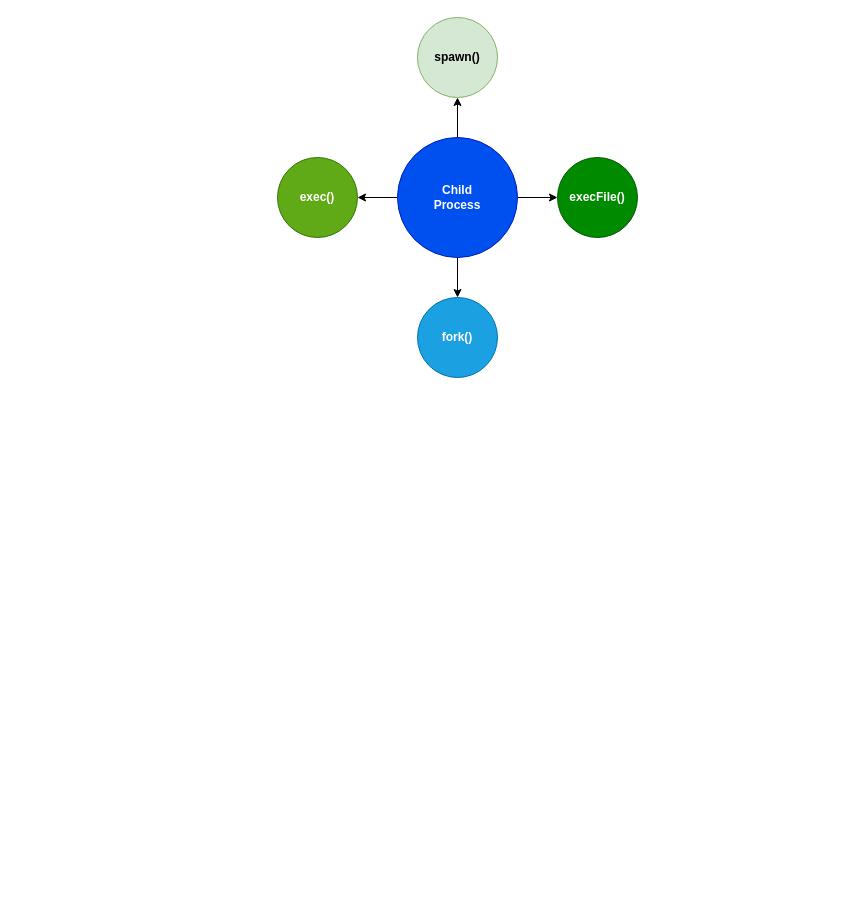
javin9/node-demo keeps this draw.io diagram as page "releation" (1 of 3) of node-demo.drawio. Above is the earlier version. Source tidied: cells renumbered, new cells numbered last; positions are measured from the earlier drawing's top-left corner, leaving out a move shared by most shapes. Both pictures are drawn from the tidied source at 100%, with x=0, y=0 at pixel (277, 17).
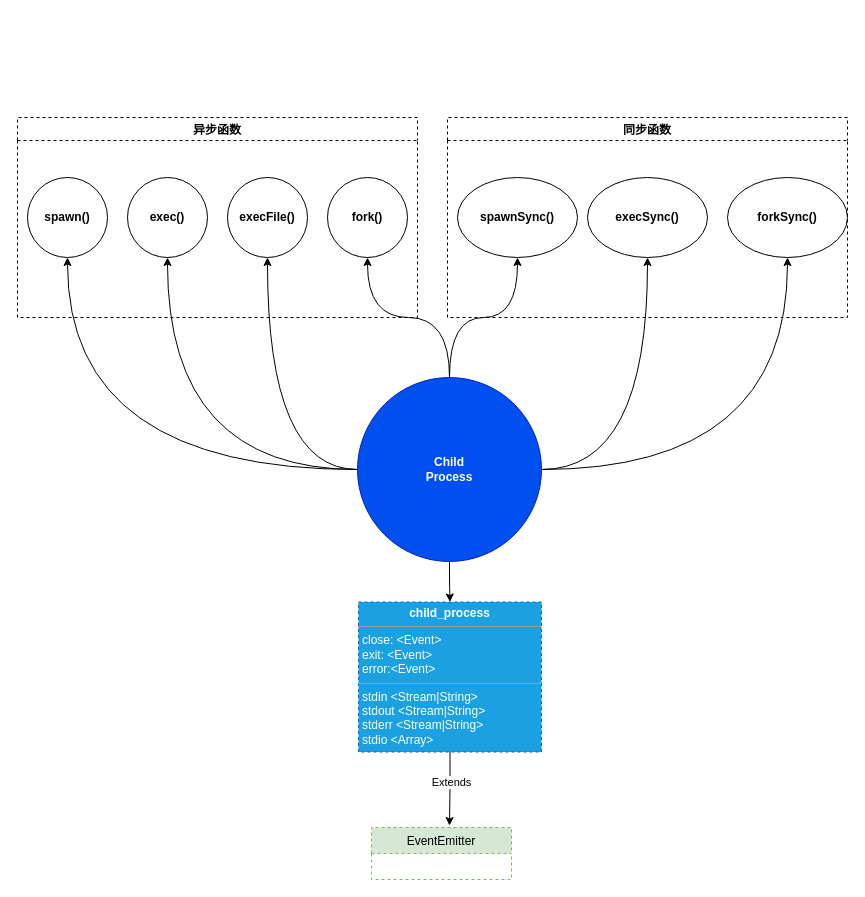
After the change.

What changed in the source:
```diff
@@
+    <mxCell id="11" style="edgeStyle=orthogonalEdgeStyle;rounded=0;jumpStyle=arc;jettySize=auto;html=1;entryX=0.5;entryY=1;entryDx=0;entryDy=0;curved=1;" parent="1" edge="1" source="6" target="15">
+      <mxGeometry relative="1" as="geometry" />
+    </mxCell>
+    <mxCell id="12" style="edgeStyle=orthogonalEdgeStyle;curved=1;rounded=0;jumpStyle=arc;jettySize=auto;html=1;" parent="1" edge="1" source="6" target="16">
+      <mxGeometry relative="1" as="geometry" />
+    </mxCell>
+    <mxCell id="13" style="edgeStyle=orthogonalEdgeStyle;curved=1;rounded=0;jumpStyle=arc;jettySize=auto;html=1;" parent="1" edge="1" source="6" target="17">
+      <mxGeometry relative="1" as="geometry" />
+    </mxCell>
+    <mxCell id="4" style="edgeStyle=orthogonalEdgeStyle;curved=1;rounded=0;jumpStyle=arc;jettySize=auto;html=1;entryX=0.5;entryY=1;entryDx=0;entryDy=0;" parent="1" edge="1" source="6" target="8">
+      <mxGeometry relative="1" as="geometry" />
+    </mxCell>
+    <mxCell id="3" style="edgeStyle=orthogonalEdgeStyle;curved=1;rounded=0;jumpStyle=arc;jettySize=auto;html=1;" parent="1" edge="1" source="6" target="9">
+      <mxGeometry relative="1" as="geometry" />
+    </mxCell>
+    <mxCell id="5" style="edgeStyle=orthogonalEdgeStyle;curved=1;rounded=0;jumpStyle=arc;jettySize=auto;html=1;" parent="1" edge="1" source="6" target="10">
+      <mxGeometry relative="1" as="geometry" />
+    </mxCell>
-    <mxCell id="2" style="edgeStyle=orthogonalEdgeStyle;rounded=0;jettySize=auto;html=1;exitX=0.5;exitY=0;exitDx=0;exitDy=0;entryX=0.5;entryY=1;entryDx=0;entryDy=0;" parent="1" edge="1" source="6" target="7">
+    <mxCell id="2" style="edgeStyle=orthogonalEdgeStyle;curved=1;rounded=0;jumpStyle=arc;jettySize=auto;html=1;" parent="1" edge="1" source="6" target="7">
       <mxGeometry relative="1" as="geometry" />
     </mxCell>
-    <mxCell id="3" style="edgeStyle=orthogonalEdgeStyle;rounded=0;jettySize=auto;html=1;entryX=0;entryY=0.5;entryDx=0;entryDy=0;" parent="1" edge="1" source="6" target="9">
-      <mxGeometry relative="1" as="geometry" />
-    </mxCell>
-    <mxCell id="4" style="edgeStyle=orthogonalEdgeStyle;rounded=0;jettySize=auto;html=1;exitX=0.5;exitY=1;exitDx=0;exitDy=0;entryX=0.5;entryY=0;entryDx=0;entryDy=0;" parent="1" edge="1" source="6" target="8">
-      <mxGeometry relative="1" as="geometry" />
-    </mxCell>
-    <mxCell id="5" style="edgeStyle=orthogonalEdgeStyle;rounded=0;jettySize=auto;html=1;" parent="1" edge="1" source="6" target="10">
-      <mxGeometry relative="1" as="geometry" />
-    </mxCell>
+    <mxCell id="14" style="edgeStyle=orthogonalEdgeStyle;curved=0;rounded=1;sketch=0;jettySize=auto;html=1;entryX=0.5;entryY=0;entryDx=0;entryDy=0;" parent="1" edge="1" source="6" target="22">
+      <mxGeometry relative="1" as="geometry" />
+    </mxCell>
     <mxCell id="6" value="&lt;b&gt;Child&lt;br&gt;Process&lt;/b&gt;" style="ellipse;whiteSpace=wrap;html=1;fillColor=#0050ef;strokeColor=#001DBC;fontColor=#ffffff;" parent="1" vertex="1">
-      <mxGeometry x="120" y="120" width="120" height="120" as="geometry" />
+      <mxGeometry x="80" y="360" width="184" height="184" as="geometry" />
     </mxCell>
-    <mxCell id="7" value="&lt;b&gt;spawn()&lt;/b&gt;" style="ellipse;whiteSpace=wrap;html=1;fillColor=#d5e8d4;strokeColor=#82b366;" parent="1" vertex="1">
-      <mxGeometry x="140" width="80" height="80" as="geometry" />
+    <mxCell id="7" value="&lt;b&gt;&lt;font color=&quot;#000000&quot;&gt;spawn()&lt;/font&gt;&lt;/b&gt;" style="ellipse;whiteSpace=wrap;html=1;" parent="1" vertex="1">
+      <mxGeometry x="-250" y="160" width="80" height="80" as="geometry" />
     </mxCell>
-    <mxCell id="8" value="&lt;b&gt;fork()&lt;/b&gt;" style="ellipse;whiteSpace=wrap;html=1;fillColor=#1ba1e2;strokeColor=#006EAF;fontColor=#ffffff;" parent="1" vertex="1">
-      <mxGeometry x="140" y="280" width="80" height="80" as="geometry" />
+    <mxCell id="8" value="&lt;b&gt;fork()&lt;/b&gt;" style="ellipse;whiteSpace=wrap;html=1;" parent="1" vertex="1">
+      <mxGeometry x="50" y="160" width="80" height="80" as="geometry" />
     </mxCell>
-    <mxCell id="9" value="&lt;b&gt;execFile()&lt;/b&gt;" style="ellipse;whiteSpace=wrap;html=1;fillColor=#008a00;strokeColor=#005700;fontColor=#ffffff;" parent="1" vertex="1">
-      <mxGeometry x="280" y="140" width="80" height="80" as="geometry" />
+    <mxCell id="9" value="&lt;b&gt;execFile()&lt;/b&gt;" style="ellipse;whiteSpace=wrap;html=1;" parent="1" vertex="1">
+      <mxGeometry x="-50" y="160" width="80" height="80" as="geometry" />
     </mxCell>
-    <mxCell id="10" value="&lt;b&gt;exec()&lt;/b&gt;" style="ellipse;whiteSpace=wrap;html=1;fillColor=#60a917;strokeColor=#2D7600;fontColor=#ffffff;" parent="1" vertex="1">
-      <mxGeometry y="140" width="80" height="80" as="geometry" />
+    <mxCell id="10" value="&lt;b&gt;exec()&lt;/b&gt;" style="ellipse;whiteSpace=wrap;html=1;" parent="1" vertex="1">
+      <mxGeometry x="-150" y="160" width="80" height="80" as="geometry" />
     </mxCell>
+    <mxCell id="15" value="&lt;b&gt;spawnSync()&lt;/b&gt;" style="ellipse;whiteSpace=wrap;html=1;" parent="1" vertex="1">
+      <mxGeometry x="180" y="160" width="120" height="80" as="geometry" />
+    </mxCell>
+    <mxCell id="16" value="&lt;b&gt;execSync()&lt;/b&gt;" style="ellipse;whiteSpace=wrap;html=1;" parent="1" vertex="1">
+      <mxGeometry x="310" y="160" width="120" height="80" as="geometry" />
+    </mxCell>
+    <mxCell id="17" value="&lt;b&gt;forkSync()&lt;/b&gt;" style="ellipse;whiteSpace=wrap;html=1;" parent="1" vertex="1">
+      <mxGeometry x="450" y="160" width="120" height="80" as="geometry" />
+    </mxCell>
+    <mxCell id="18" value="异步函数" style="swimlane;dashed=1;" parent="1" vertex="1">
+      <mxGeometry x="-260" y="100" width="400" height="200" as="geometry" />
+    </mxCell>
+    <mxCell id="19" value="同步函数" style="swimlane;dashed=1;" parent="1" vertex="1">
+      <mxGeometry x="170" y="100" width="400" height="200" as="geometry" />
+    </mxCell>
+    <mxCell id="20" style="edgeStyle=orthogonalEdgeStyle;curved=0;rounded=1;sketch=0;jettySize=auto;html=1;entryX=0.557;entryY=-0.038;entryDx=0;entryDy=0;entryPerimeter=0;" parent="1" edge="1" source="22" target="23">
+      <mxGeometry relative="1" as="geometry" />
+    </mxCell>
+    <mxCell id="21" value="Extends" style="edgeLabel;html=1;align=center;verticalAlign=middle;" parent="20" vertex="1">
+      <mxGeometry x="-0.18" y="1" relative="1" as="geometry" />
+    </mxCell>
+    <mxCell id="22" value="&lt;p style=&quot;margin: 0px ; margin-top: 4px ; text-align: center&quot;&gt;&lt;span style=&quot;font-weight: 700&quot;&gt;child_process&lt;/span&gt;&lt;br&gt;&lt;/p&gt;&lt;hr size=&quot;1&quot;&gt;&lt;p style=&quot;margin: 0px ; margin-left: 4px&quot;&gt;close: &amp;lt;Event&amp;gt;&lt;br&gt;exit: &amp;lt;Event&amp;gt;&lt;/p&gt;&lt;p style=&quot;margin: 0px ; margin-left: 4px&quot;&gt;error:&amp;lt;Event&amp;gt;&lt;/p&gt;&lt;hr size=&quot;1&quot;&gt;&lt;p style=&quot;margin: 0px ; margin-left: 4px&quot;&gt;stdin &amp;lt;Stream|String&amp;gt;&lt;/p&gt;&lt;p style=&quot;margin: 0px ; margin-left: 4px&quot;&gt;stdout &amp;lt;Stream|String&amp;gt;&lt;/p&gt;&lt;p style=&quot;margin: 0px ; margin-left: 4px&quot;&gt;stderr &amp;lt;Stream|String&amp;gt;&lt;/p&gt;&lt;p style=&quot;margin: 0px ; margin-left: 4px&quot;&gt;stdio &amp;lt;Array&amp;gt;&lt;/p&gt;&lt;p style=&quot;margin: 0px ; margin-left: 4px&quot;&gt;&lt;br&gt;&lt;/p&gt;" style="verticalAlign=top;align=left;overflow=fill;fontSize=12;fontFamily=Helvetica;html=1;dashed=1;fillColor=#1ba1e2;strokeColor=#006EAF;fontColor=#ffffff;" parent="1" vertex="1">
+      <mxGeometry x="81" y="584.5" width="183" height="150" as="geometry" />
+    </mxCell>
+    <mxCell id="23" value="EventEmitter" style="swimlane;fontStyle=0;horizontal=1;startSize=26;fillColor=#d5e8d4;dashed=1;strokeColor=#82b366;" parent="1" vertex="1">
+      <mxGeometry x="94" y="810" width="140" height="52" as="geometry" />
+    </mxCell>
```
